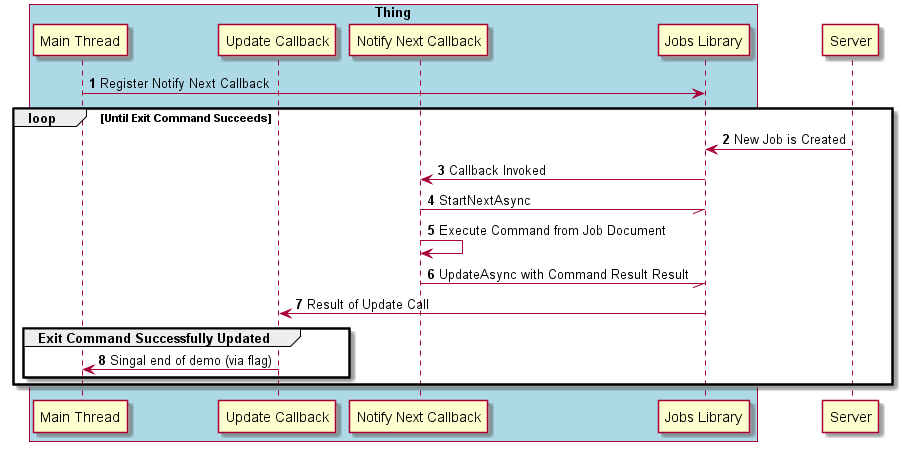
Before: doc/plantuml/images/jobs_demo.png, a diagram exported from PlantUML (aws/aws-iot-device-sdk-embedded-C).
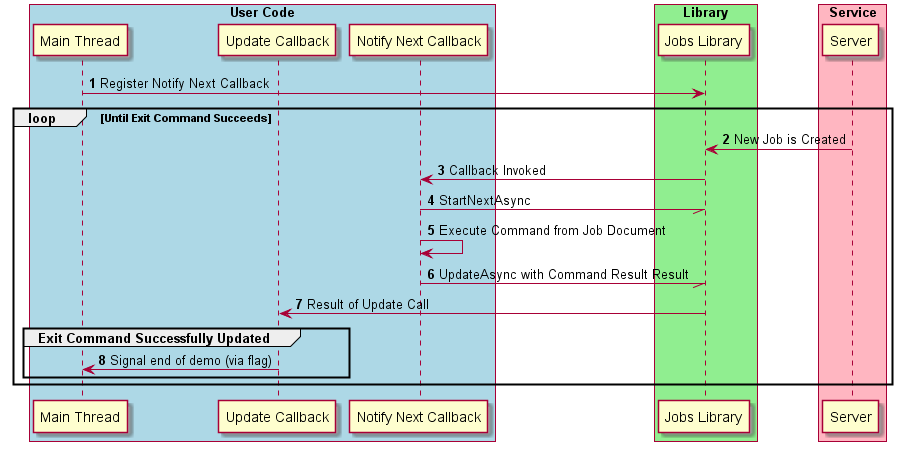
The same file after the commit.

Commit message:
jobs demo doc: update image for jobs demo

Diff of the diagram source:
```diff
@@ -8,18 +8,22 @@
 participant "Update Callback" as ucb
 participant "Jobs Library" as lib
 
-box "Thing" #LightBlue
+box "User Code" #LightBlue
     participant main
     participant ucb
     participant cb
+end box
+box "Library" #LightGreen
     participant lib
 end box
 
-participant "Server" as server
+box "Service" #LightPink
+    participant "Server" as server
+end box
 
 main -> lib: Register Notify Next Callback
 
-loop Until Exit Command Succeeds
+loop #transparent Until Exit Command Succeeds
     server -> lib: New Job is Created
     lib -> cb: Callback Invoked
     cb -// lib: StartNextAsync
@@ -27,8 +31,8 @@
     cb -// lib: UpdateAsync with Command Result Result
     lib -> ucb: Result of Update Call
 
-    group Exit Command Successfully Updated
-        ucb -> main: Singal end of demo (via flag)
+    group #transparent Exit Command Successfully Updated
+        ucb -> main: Signal end of demo (via flag)
     end
 end
 
```
